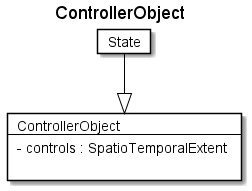
The PlantUML diagram fragments/diagrams/ControllerObject.png in rtigran/rdf2adoc, before a commit.
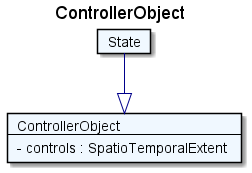
After the commit.

Change to the diagram source:
```diff
@@ -1,14 +1,13 @@
 @startuml
 Title ControllerObject
 
-Card ControllerObject #fff [
+Card ControllerObject #F0F8FF [
 ControllerObject
 ----
 - controls : SpatioTemporalExtent
-
 ]
-Card State #fff [
+Card State #F0F8FF [
 State
 ]
-State --|> ControllerObject  #000
+State --|> ControllerObject  #00008B
 @enduml
```
